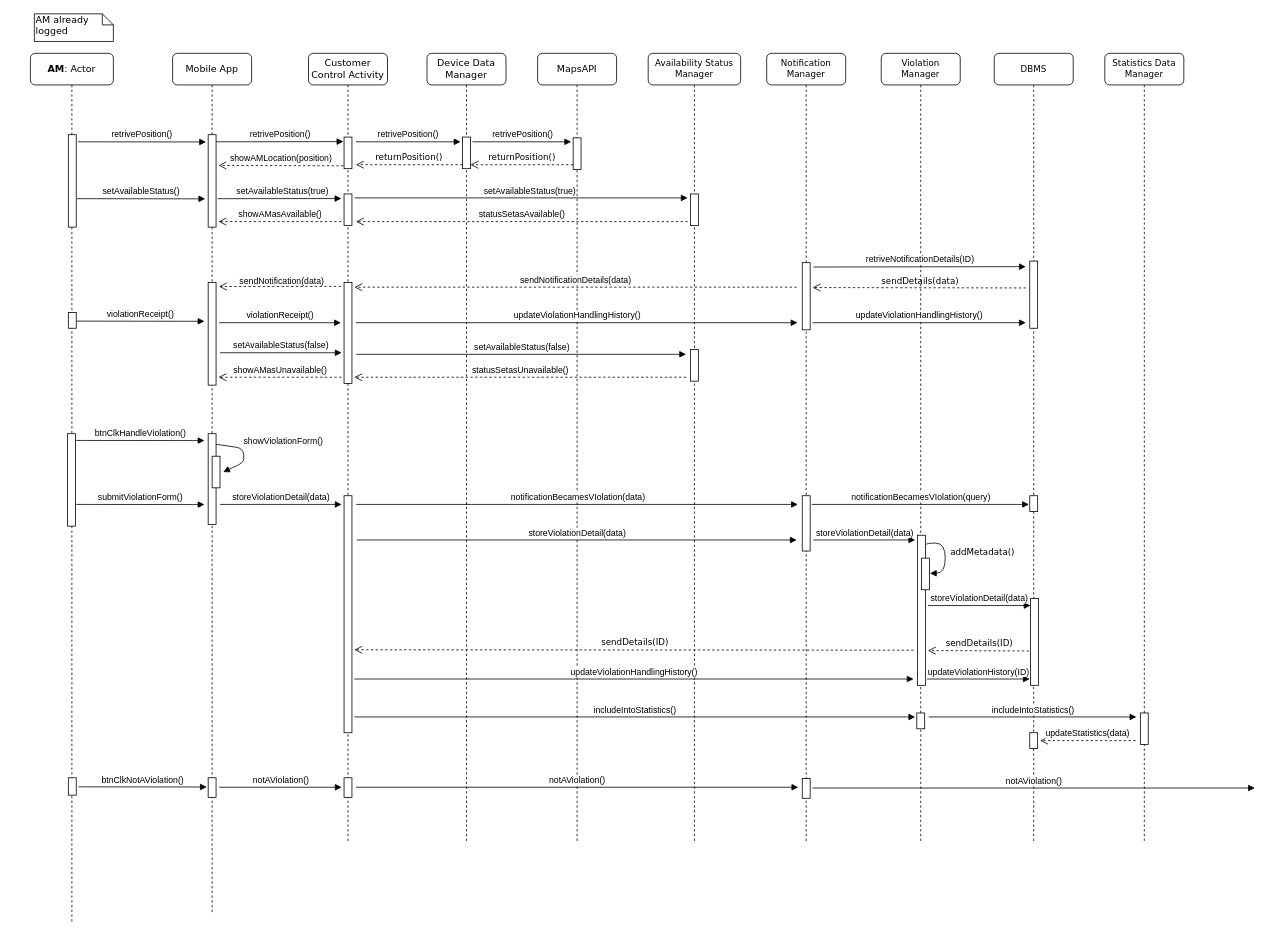
The draw.io diagram authorityMemberReceiveNotification.drawio in valearm/SafeStreets-Project-SE2, before the edit. Source tidied: cells renumbered, new cells numbered last; positions are measured from the earlier drawing's top-left corner, leaving out a move shared by most shapes. Both pictures are drawn from the tidied source at 79%, with x=0, y=0 at pixel (30, 13).
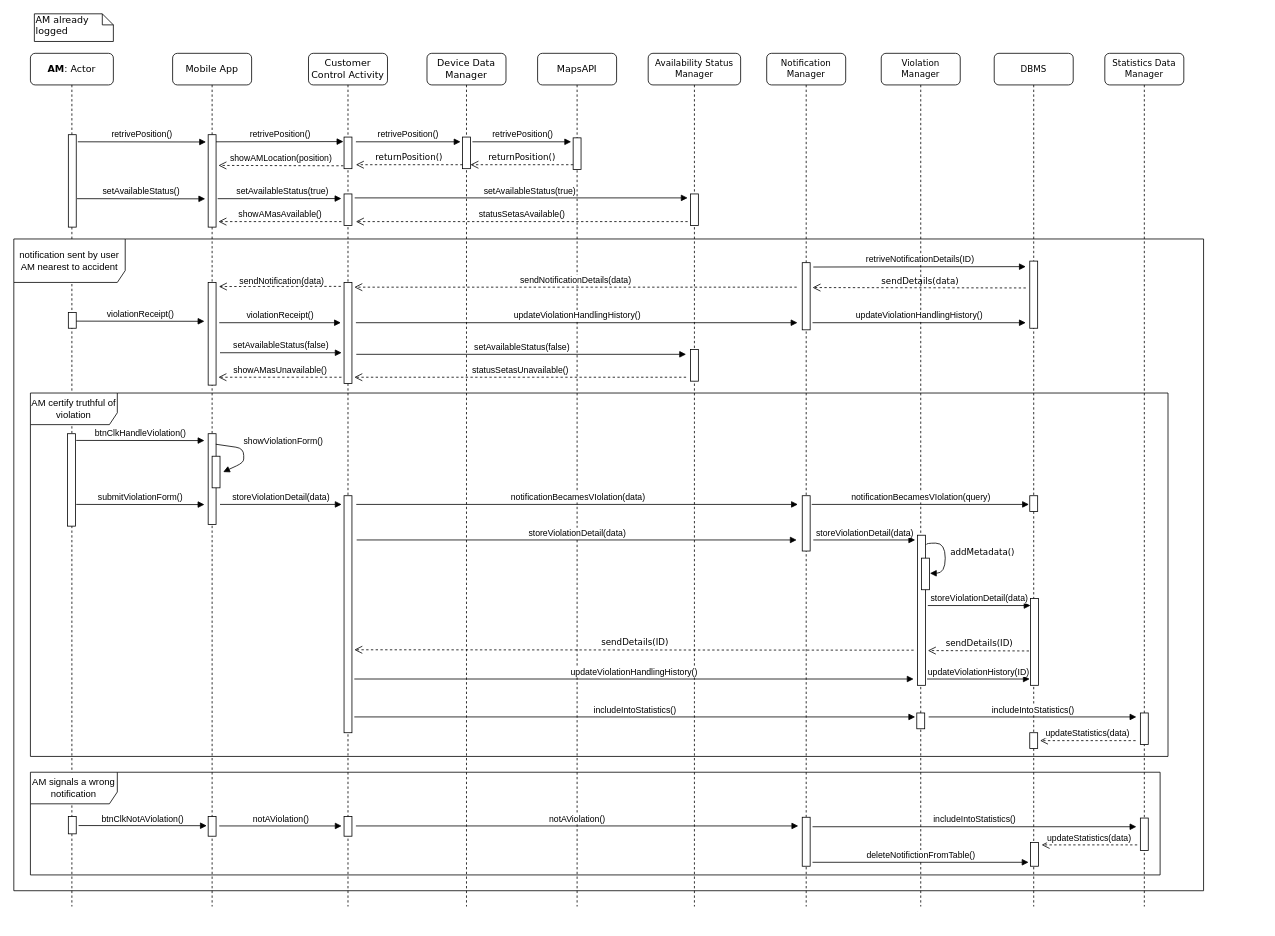
After the change.

Change to the diagram source:
```diff
@@
     <mxCell id="2" value="Violation Manager" style="shape=umlLifeline;perimeter=lifelinePerimeter;whiteSpace=wrap;html=1;rounded=1;shadow=0;comic=0;labelBackgroundColor=none;strokeWidth=1;fontFamily=Verdana;fontSize=11;align=center;" parent="1" vertex="1">
-      <mxGeometry x="1077" y="50" width="100" height="1000" as="geometry" />
+      <mxGeometry x="1077" y="50" width="100" height="1080" as="geometry" />
     </mxCell>
@@
     <mxCell id="4" value="Mobile App" style="shape=umlLifeline;perimeter=lifelinePerimeter;whiteSpace=wrap;html=1;rounded=1;shadow=0;comic=0;labelBackgroundColor=none;strokeWidth=1;fontFamily=Verdana;fontSize=12;align=center;" parent="1" vertex="1">
-      <mxGeometry x="180" y="50" width="100" height="1090" as="geometry" />
+      <mxGeometry x="180" y="50" width="100" height="1080" as="geometry" />
     </mxCell>
@@
     <mxCell id="7" style="html=1;perimeter=orthogonalPerimeter;rounded=0;shadow=0;comic=0;labelBackgroundColor=none;strokeWidth=1;fontFamily=Verdana;fontSize=11;align=center;direction=west;" parent="4" vertex="1">
-      <mxGeometry x="45" y="917" width="10" height="25" as="geometry" />
+      <mxGeometry x="45" y="966" width="10" height="25" as="geometry" />
     </mxCell>
     <mxCell id="8" value="Device Data Manager " style="shape=umlLifeline;perimeter=lifelinePerimeter;whiteSpace=wrap;html=1;rounded=1;shadow=0;comic=0;labelBackgroundColor=none;strokeWidth=1;fontFamily=Verdana;fontSize=12;align=center;" parent="1" vertex="1">
-      <mxGeometry x="502" y="50" width="100" height="1000" as="geometry" />
+      <mxGeometry x="502" y="50" width="100" height="1080" as="geometry" />
     </mxCell>
@@
     <mxCell id="12" value="MapsAPI" style="shape=umlLifeline;perimeter=lifelinePerimeter;whiteSpace=wrap;html=1;rounded=1;shadow=0;comic=0;labelBackgroundColor=none;strokeWidth=1;fontFamily=Verdana;fontSize=12;align=center;" parent="1" vertex="1">
-      <mxGeometry x="642" y="50" width="100" height="1000" as="geometry" />
+      <mxGeometry x="642" y="50" width="100" height="1080" as="geometry" />
     </mxCell>
@@
     <mxCell id="14" value="Notification Manager" style="shape=umlLifeline;perimeter=lifelinePerimeter;whiteSpace=wrap;html=1;rounded=1;shadow=0;comic=0;labelBackgroundColor=none;strokeWidth=1;fontFamily=Verdana;fontSize=11;align=center;" parent="1" vertex="1">
-      <mxGeometry x="932" y="50" width="100" height="1000" as="geometry" />
+      <mxGeometry x="932" y="50" width="100" height="1080" as="geometry" />
     </mxCell>
@@
     <mxCell id="17" value="&lt;b&gt;AM&lt;/b&gt;: Actor" style="shape=umlLifeline;perimeter=lifelinePerimeter;whiteSpace=wrap;html=1;rounded=1;shadow=0;comic=0;labelBackgroundColor=none;strokeWidth=1;fontFamily=Verdana;fontSize=12;align=center;" parent="1" vertex="1">
-      <mxGeometry y="50" width="105" height="1100" as="geometry" />
+      <mxGeometry y="50" width="105" height="1080" as="geometry" />
     </mxCell>
@@
     <mxCell id="21" style="html=1;perimeter=orthogonalPerimeter;rounded=0;shadow=0;comic=0;labelBackgroundColor=none;strokeWidth=1;fontFamily=Verdana;fontSize=11;align=center;" parent="17" vertex="1">
-      <mxGeometry x="48" y="917" width="10" height="22" as="geometry" />
+      <mxGeometry x="48" y="966" width="10" height="22" as="geometry" />
     </mxCell>
     <mxCell id="22" value="btnClkNotAViolation()" style="html=1;verticalAlign=bottom;endArrow=block;entryX=-0.272;entryY=0.407;entryDx=0;entryDy=0;entryPerimeter=0;fontSize=11;" parent="17" edge="1">
       <mxGeometry relative="1" as="geometry">
-        <mxPoint x="61" y="928.5" as="sourcePoint" />
-        <mxPoint x="223.3" y="928.7" as="targetPoint" />
+        <mxPoint x="61" y="977.5" as="sourcePoint" />
+        <mxPoint x="223.3" y="977.7" as="targetPoint" />
       </mxGeometry>
     </mxCell>
@@
     <mxCell id="28" value="Statistics Data Manager" style="shape=umlLifeline;perimeter=lifelinePerimeter;whiteSpace=wrap;html=1;rounded=1;shadow=0;comic=0;labelBackgroundColor=none;strokeWidth=1;fontFamily=Verdana;fontSize=11;align=center;" parent="1" vertex="1">
-      <mxGeometry x="1360" y="50" width="100" height="1000" as="geometry" />
+      <mxGeometry x="1360" y="50" width="100" height="1080" as="geometry" />
     </mxCell>
@@
+    <mxCell id="88" style="html=1;perimeter=orthogonalPerimeter;rounded=0;shadow=0;comic=0;labelBackgroundColor=none;strokeWidth=1;fontFamily=Verdana;fontSize=11;align=center;" parent="28" vertex="1">
+      <mxGeometry x="45" y="968" width="10" height="41" as="geometry" />
+    </mxCell>
@@
     <mxCell id="31" value="Availability Status Manager " style="shape=umlLifeline;perimeter=lifelinePerimeter;whiteSpace=wrap;html=1;rounded=1;shadow=0;comic=0;labelBackgroundColor=none;strokeWidth=1;fontFamily=Verdana;fontSize=11;align=center;" parent="1" vertex="1">
-      <mxGeometry x="782" y="50" width="117" height="1000" as="geometry" />
+      <mxGeometry x="782" y="50" width="117" height="1080" as="geometry" />
     </mxCell>
@@
     <mxCell id="34" value="Customer Control Activity" style="shape=umlLifeline;perimeter=lifelinePerimeter;whiteSpace=wrap;html=1;rounded=1;shadow=0;comic=0;labelBackgroundColor=none;strokeWidth=1;fontFamily=Verdana;fontSize=12;align=center;size=40;" parent="1" vertex="1">
-      <mxGeometry x="352" y="50" width="100" height="1000" as="geometry" />
+      <mxGeometry x="352" y="50" width="100" height="1080" as="geometry" />
     </mxCell>
@@
     <mxCell id="64" value="DBMS" style="shape=umlLifeline;perimeter=lifelinePerimeter;whiteSpace=wrap;html=1;rounded=1;shadow=0;comic=0;labelBackgroundColor=none;strokeWidth=1;fontFamily=Verdana;fontSize=11;align=center;" parent="1" vertex="1">
-      <mxGeometry x="1220" y="50" width="100" height="1000" as="geometry" />
+      <mxGeometry x="1220" y="50" width="100" height="1080" as="geometry" />
     </mxCell>
@@
+    <mxCell id="89" style="html=1;perimeter=orthogonalPerimeter;rounded=0;shadow=0;comic=0;labelBackgroundColor=none;strokeWidth=1;fontFamily=Verdana;fontSize=11;align=center;direction=west;" parent="64" vertex="1">
+      <mxGeometry x="46" y="999" width="10" height="30" as="geometry" />
+    </mxCell>
@@
     <mxCell id="83" value="notAViolation()" style="html=1;verticalAlign=bottom;endArrow=block;fontSize=11;" parent="1" edge="1">
       <mxGeometry relative="1" as="geometry">
-        <mxPoint x="239" y="979" as="sourcePoint" />
-        <mxPoint x="394" y="979" as="targetPoint" />
+        <mxPoint x="239" y="1028" as="sourcePoint" />
+        <mxPoint x="394" y="1028" as="targetPoint" />
       </mxGeometry>
     </mxCell>
     <mxCell id="84" style="html=1;perimeter=orthogonalPerimeter;rounded=0;shadow=0;comic=0;labelBackgroundColor=none;strokeWidth=1;fontFamily=Verdana;fontSize=11;align=center;direction=west;" parent="1" vertex="1">
-      <mxGeometry x="397" y="967" width="10" height="25" as="geometry" />
+      <mxGeometry x="397" y="1016" width="10" height="25" as="geometry" />
     </mxCell>
     <mxCell id="85" value="notAViolation()" style="html=1;verticalAlign=bottom;endArrow=block;fontSize=11;" parent="1" edge="1">
       <mxGeometry relative="1" as="geometry">
-        <mxPoint x="412" y="979" as="sourcePoint" />
-        <mxPoint x="972" y="979" as="targetPoint" />
+        <mxPoint x="412" y="1028" as="sourcePoint" />
+        <mxPoint x="972" y="1028" as="targetPoint" />
       </mxGeometry>
     </mxCell>
     <mxCell id="86" style="html=1;perimeter=orthogonalPerimeter;rounded=0;shadow=0;comic=0;labelBackgroundColor=none;strokeWidth=1;fontFamily=Verdana;fontSize=11;align=center;direction=west;" parent="1" vertex="1">
-      <mxGeometry x="977" y="968" width="10" height="25" as="geometry" />
+      <mxGeometry x="977" y="1017" width="10" height="62" as="geometry" />
     </mxCell>
-    <mxCell id="87" value="notAViolation()" style="html=1;verticalAlign=bottom;endArrow=block;fontSize=11;" parent="1" edge="1">
-      <mxGeometry relative="1" as="geometry">
-        <mxPoint x="990" y="980" as="sourcePoint" />
-        <mxPoint x="1550" y="980" as="targetPoint" />
-      </mxGeometry>
-    </mxCell>
+    <mxCell id="90" value="includeIntoStatistics()" style="html=1;verticalAlign=bottom;endArrow=block;fontSize=11;" parent="1" edge="1">
+      <mxGeometry relative="1" as="geometry">
+        <mxPoint x="990" y="1029" as="sourcePoint" />
+        <mxPoint x="1400" y="1029" as="targetPoint" />
+      </mxGeometry>
+    </mxCell>
+    <mxCell id="91" value="updateStatistics(data)" style="html=1;verticalAlign=bottom;endArrow=open;dashed=1;endSize=8;fontSize=11;" parent="1" edge="1">
+      <mxGeometry relative="1" as="geometry">
+        <mxPoint x="1401" y="1052" as="sourcePoint" />
+        <mxPoint x="1280" y="1052" as="targetPoint" />
+      </mxGeometry>
+    </mxCell>
+    <mxCell id="92" value="deleteNotifictionFromTable()" style="html=1;verticalAlign=bottom;endArrow=block;fontSize=11;" parent="1" edge="1">
+      <mxGeometry relative="1" as="geometry">
+        <mxPoint x="990" y="1074" as="sourcePoint" />
+        <mxPoint x="1263.5" y="1074" as="targetPoint" />
+      </mxGeometry>
+    </mxCell>
+    <mxCell id="93" value="&lt;div&gt;notification sent by user &lt;br&gt;&lt;/div&gt;&lt;div&gt;AM nearest to accident&lt;br&gt;&lt;/div&gt;" style="shape=umlFrame;whiteSpace=wrap;html=1;width=141;height=55;" parent="1" vertex="1">
+      <mxGeometry x="-21" y="285" width="1506" height="825" as="geometry" />
+    </mxCell>
+    <mxCell id="94" value="&lt;div&gt;AM certify truthful of violation&lt;br&gt;&lt;/div&gt;" style="shape=umlFrame;whiteSpace=wrap;html=1;width=110;height=40;" parent="1" vertex="1">
+      <mxGeometry y="480" width="1440" height="460" as="geometry" />
+    </mxCell>
+    <mxCell id="95" value="&lt;div&gt;AM signals a wrong notification&lt;br&gt;&lt;/div&gt;" style="shape=umlFrame;whiteSpace=wrap;html=1;width=110;height=40;" parent="1" vertex="1">
+      <mxGeometry y="960" width="1430" height="130" as="geometry" />
+    </mxCell>
```
